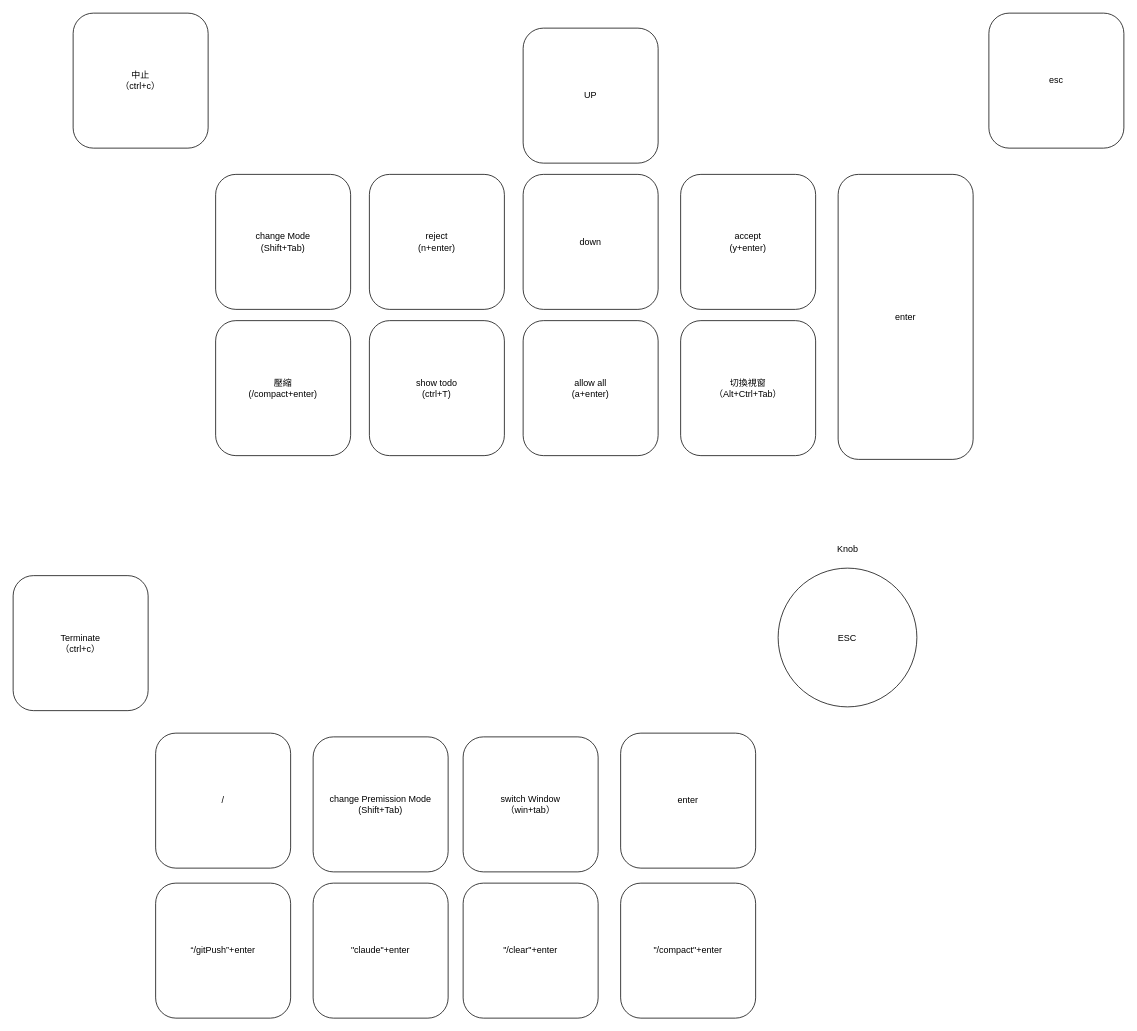
Above: 按鈕佈局.drawio in pptl/claude_microPad (draw.io), before the change. Source tidied: cells renumbered, new cells numbered last; positions are measured from the earlier drawing's top-left corner, leaving out a move shared by most shapes. Both pictures are drawn from the tidied source at 75%, with x=0, y=0 at pixel (13, 13).
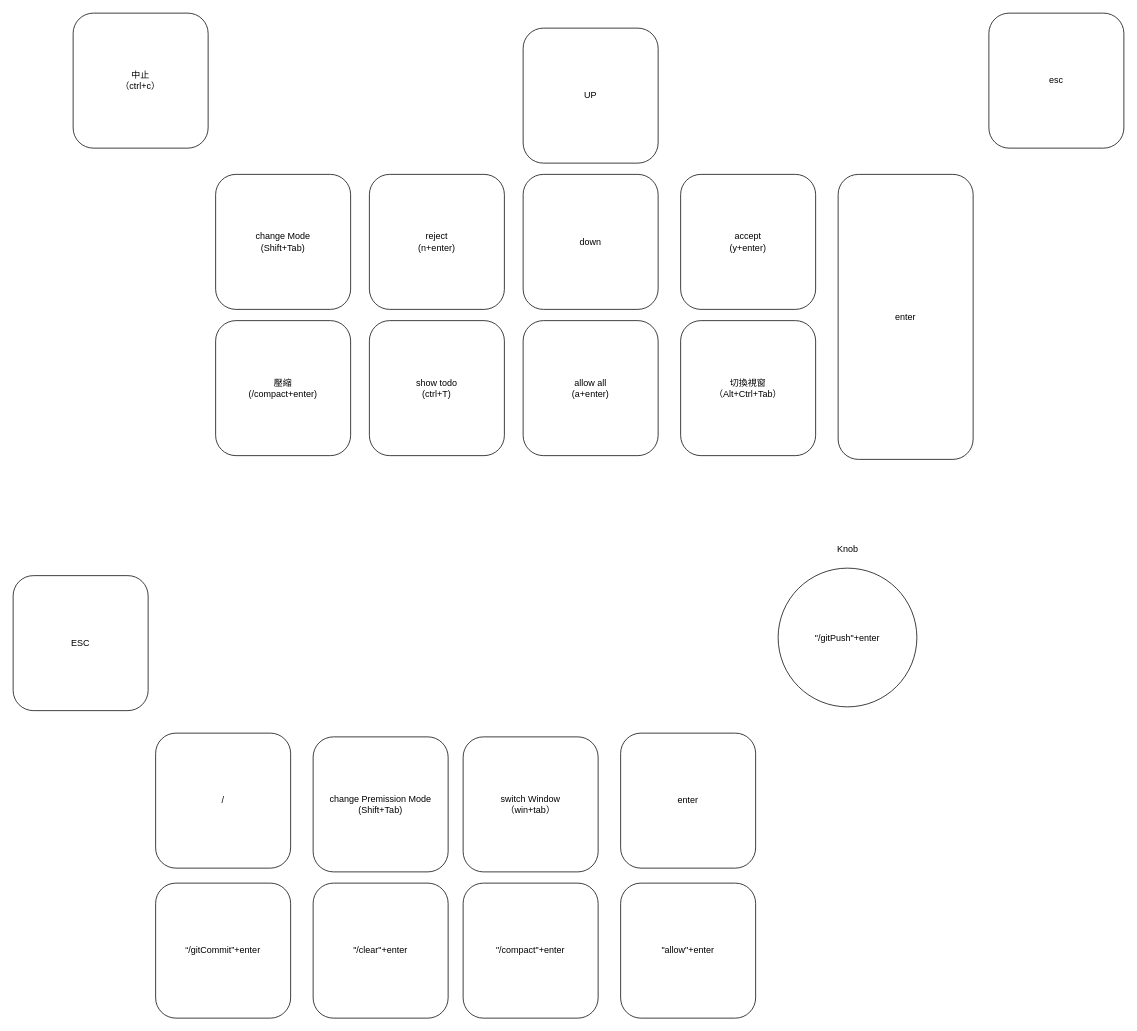
The same diagram, later.

Commit message (it also covers changes not shown here):
feat: add gitCommit slash command, update keymap layout, and add .gitignore

Diff of the diagram source:
```diff
@@
-    <mxCell id="16" value="&quot;claude&quot;+enter" style="rounded=1;whiteSpace=wrap;html=1;" parent="1" vertex="1">
+    <mxCell id="16" value="&quot;/clear&quot;+enter" style="rounded=1;whiteSpace=wrap;html=1;" parent="1" vertex="1">
       <mxGeometry x="400" y="1160" width="180" height="180" as="geometry" />
     </mxCell>
-    <mxCell id="17" value="&quot;/clear&quot;+enter" style="rounded=1;whiteSpace=wrap;html=1;" parent="1" vertex="1">
+    <mxCell id="17" value="&quot;/compact&quot;+enter" style="rounded=1;whiteSpace=wrap;html=1;" parent="1" vertex="1">
       <mxGeometry x="600" y="1160" width="180" height="180" as="geometry" />
     </mxCell>
@@
-    <mxCell id="20" value="“/gitPush”+enter" style="rounded=1;whiteSpace=wrap;html=1;" parent="1" vertex="1">
+    <mxCell id="20" value="“/gitCommit”+enter" style="rounded=1;whiteSpace=wrap;html=1;" parent="1" vertex="1">
       <mxGeometry x="190" y="1160" width="180" height="180" as="geometry" />
     </mxCell>
-    <mxCell id="21" value="&quot;/compact&quot;+enter" style="rounded=1;whiteSpace=wrap;html=1;" parent="1" vertex="1">
+    <mxCell id="21" value="&quot;allow&quot;+enter" style="rounded=1;whiteSpace=wrap;html=1;" parent="1" vertex="1">
       <mxGeometry x="810" y="1160" width="180" height="180" as="geometry" />
     </mxCell>
-    <mxCell id="22" value="Terminate&lt;br&gt;&lt;div&gt;（ctrl+c）&lt;/div&gt;" style="rounded=1;whiteSpace=wrap;html=1;" parent="1" vertex="1">
+    <mxCell id="22" value="&lt;div&gt;ESC&lt;/div&gt;" style="rounded=1;whiteSpace=wrap;html=1;" parent="1" vertex="1">
       <mxGeometry y="750" width="180" height="180" as="geometry" />
     </mxCell>
-    <mxCell id="23" value="ESC" style="ellipse;whiteSpace=wrap;html=1;" parent="1" vertex="1">
+    <mxCell id="23" value="&quot;/gitPush&quot;+enter" style="ellipse;whiteSpace=wrap;html=1;" parent="1" vertex="1">
       <mxGeometry x="1020" y="740" width="185" height="185" as="geometry" />
     </mxCell>
```
